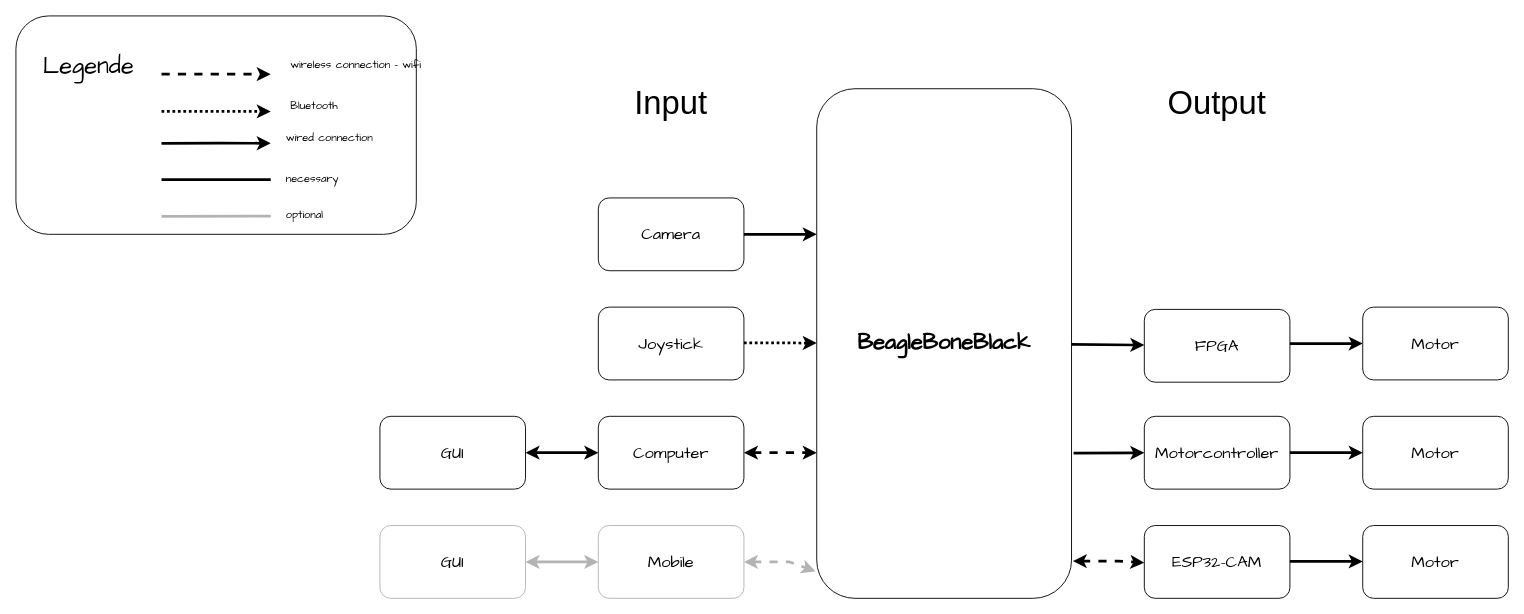
The draw.io diagram Software/Doku/overview.drawio in OgLocGreen/proyecto_sistema_mecatronico_industrial, before the edit. Source tidied: cells renumbered, new cells numbered last; positions are measured from the earlier drawing's top-left corner, leaving out a move shared by most shapes. Both pictures are drawn from the tidied source at 91%, with x=0, y=0 at pixel (15, 15).
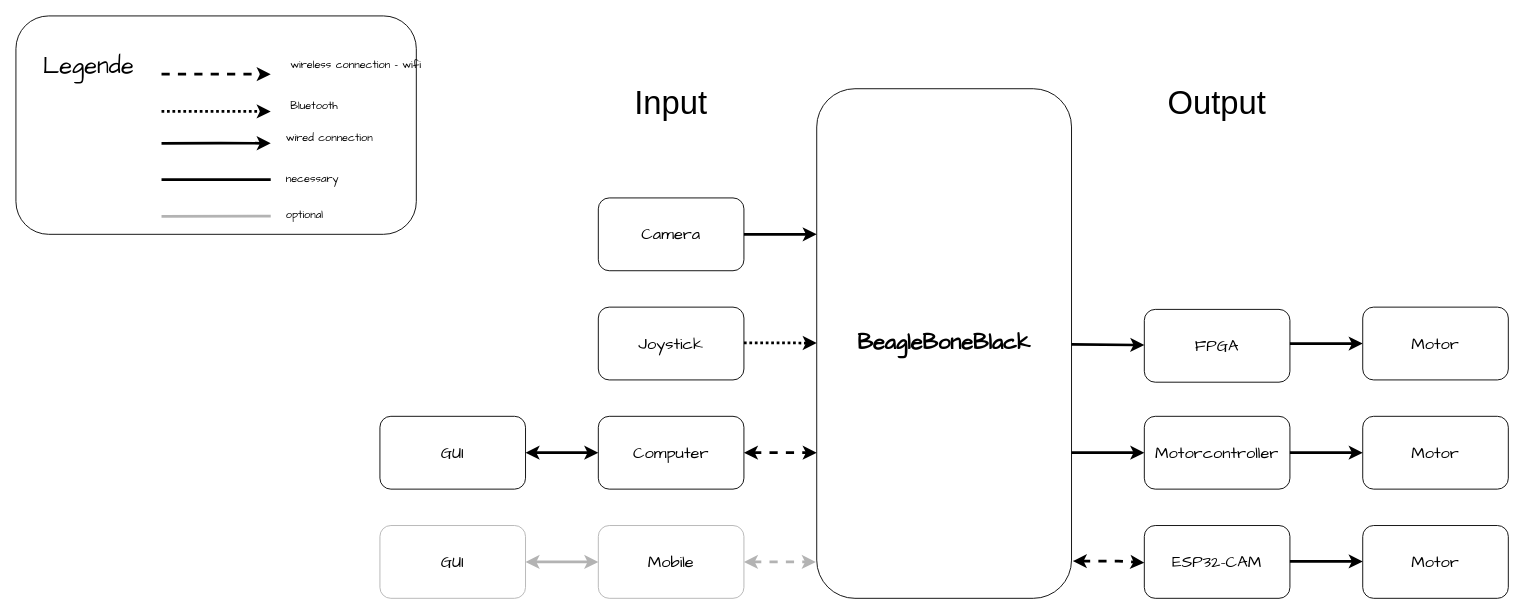
The same diagram, later.

The change refers to these unchanged cells:
```xml
<mxCell id="5" value="&lt;h1&gt;&lt;font style=&quot;font-size: 24px&quot;&gt;BeagleBoneBlack&lt;/font&gt;&lt;/h1&gt;" style="rounded=1;whiteSpace=wrap;html=1;fontFamily=Comic Sans MS;" parent="1" vertex="1">
  <mxGeometry x="880" y="80" width="280" height="560" as="geometry" />
</mxCell>
<mxCell id="7" value="&lt;font style=&quot;font-size: 18px&quot;&gt;Motorcontroller&lt;/font&gt;" style="rounded=1;whiteSpace=wrap;html=1;fontFamily=Comic Sans MS;" parent="1" vertex="1">
  <mxGeometry x="1240" y="440" width="160" height="80" as="geometry" />
</mxCell>
<mxCell id="15" value="&lt;font style=&quot;font-size: 18px&quot;&gt;Mobile&lt;/font&gt;" style="rounded=1;whiteSpace=wrap;html=1;fontFamily=Comic Sans MS;strokeColor=#B3B3B3;" parent="1" vertex="1">
  <mxGeometry x="640" y="560" width="160" height="80" as="geometry" />
</mxCell>
```

The edit, as a diff of the source:
```diff
@@
-    <mxCell id="19" style="endArrow=classic;html=1;rounded=0;strokeWidth=3;entryX=0;entryY=0.5;entryDx=0;entryDy=0;exitX=1.008;exitY=0.715;exitDx=0;exitDy=0;exitPerimeter=0;fontFamily=Comic Sans MS;" parent="1" edge="1" source="5" target="7">
-      <mxGeometry relative="1" as="geometry" />
+    <mxCell id="19" style="endArrow=classic;html=1;rounded=0;strokeWidth=3;entryX=0;entryY=0.5;entryDx=0;entryDy=0;fontFamily=Comic Sans MS;" parent="1" edge="1" target="7">
+      <mxGeometry relative="1" as="geometry">
+        <mxPoint x="1160" y="480" as="sourcePoint" />
+      </mxGeometry>
     </mxCell>
@@
-    <mxCell id="21" style="endArrow=classic;startArrow=classic;html=1;rounded=0;dashed=1;strokeWidth=3;exitX=1;exitY=0.5;exitDx=0;exitDy=0;entryX=-0.005;entryY=0.947;entryDx=0;entryDy=0;entryPerimeter=0;fontFamily=Comic Sans MS;strokeColor=#B3B3B3;" parent="1" edge="1" source="15" target="5">
+    <mxCell id="21" style="endArrow=classic;startArrow=classic;html=1;rounded=0;dashed=1;strokeWidth=3;exitX=1;exitY=0.5;exitDx=0;exitDy=0;fontFamily=Comic Sans MS;strokeColor=#B3B3B3;" parent="1" edge="1" source="15">
       <mxGeometry relative="1" as="geometry">
+        <mxPoint x="879" y="600" as="targetPoint" />
         <Array as="points">
           <mxPoint x="850" y="600" />
         </Array>
       </mxGeometry>
     </mxCell>
```
